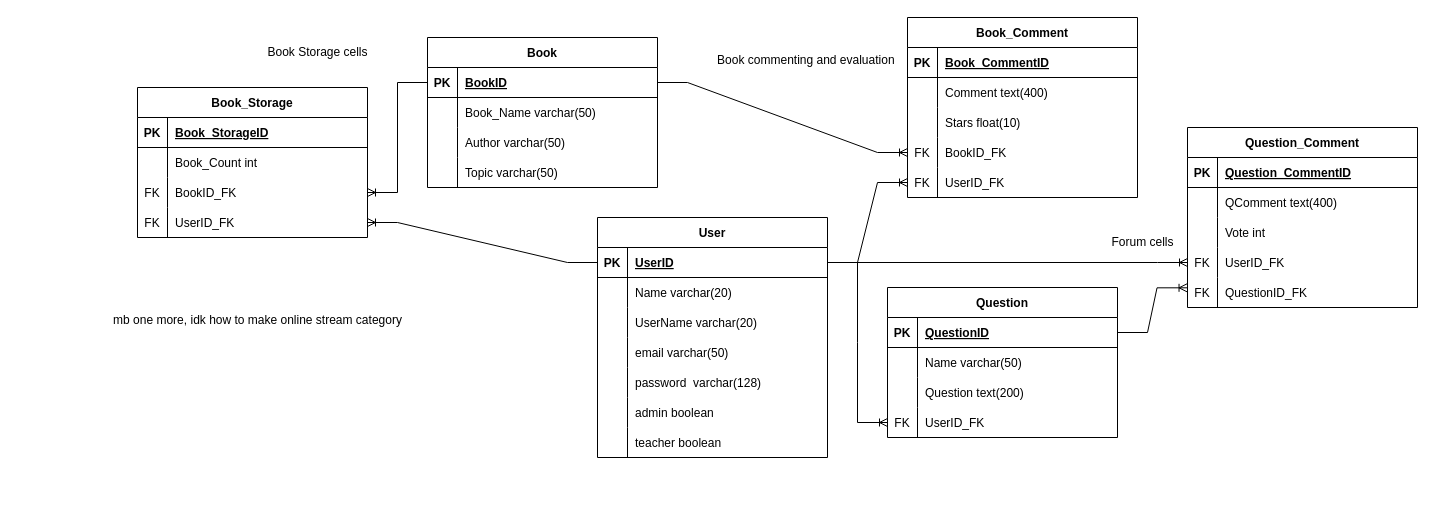
This is Diplom.drawio from MaksimsVisockis01/diploms, a draw.io file, before an edit. Source tidied: cells renumbered, new cells numbered last; positions are measured from the earlier drawing's top-left corner, leaving out a move shared by most shapes. Both pictures are drawn from the tidied source at 100%, with x=0, y=0 at pixel (17, 17).
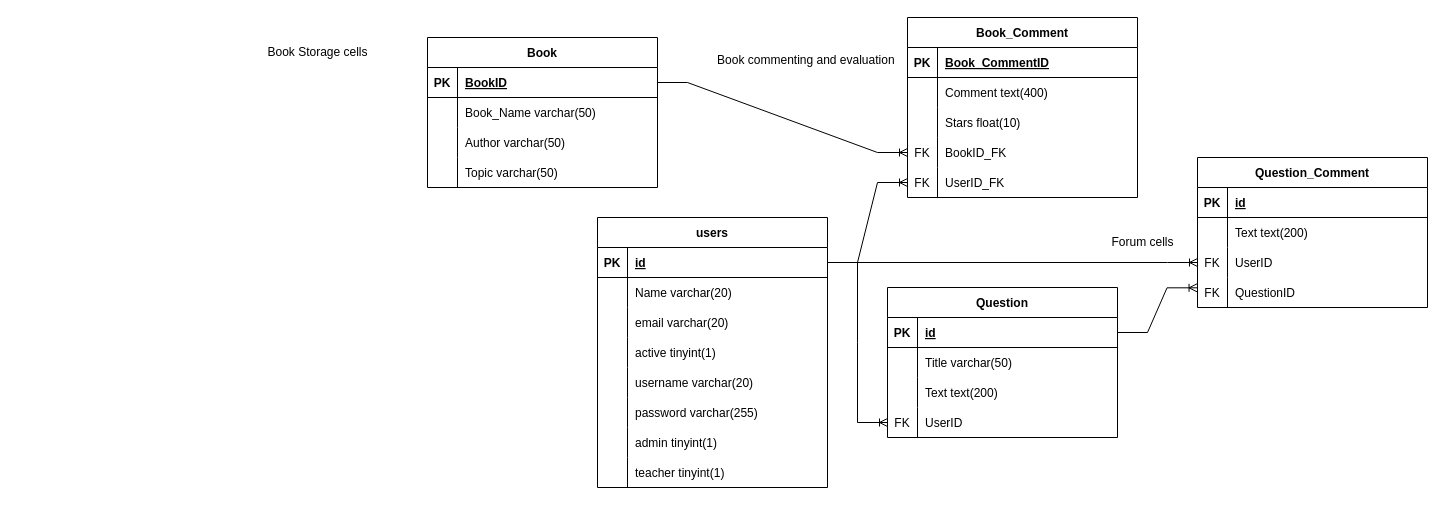
Above is the later version.

Unchanged cells that the change refers to:
```xml
<mxCell id="3" style="shape=tableRow;horizontal=0;startSize=0;swimlaneHead=0;swimlaneBody=0;fillColor=none;points=[[0,0.5],[1,0.5]];portConstraint=eastwest;top=0;left=0;right=0;bottom=1;" parent="2" vertex="1">
  <mxGeometry y="30" width="230" height="30" as="geometry" />
</mxCell>
<mxCell id="9" style="shape=tableRow;horizontal=0;startSize=0;swimlaneHead=0;swimlaneBody=0;fillColor=none;top=0;left=0;right=0;bottom=0;" parent="2" vertex="1">
  <mxGeometry y="90" width="230" height="30" as="geometry" />
</mxCell>
<mxCell id="12" style="shape=tableRow;horizontal=0;startSize=0;swimlaneHead=0;swimlaneBody=0;fillColor=none;top=0;left=0;right=0;bottom=0;" parent="2" vertex="1">
  <mxGeometry y="120" width="230" height="30" as="geometry" />
</mxCell>
<mxCell id="15" style="shape=tableRow;horizontal=0;startSize=0;swimlaneHead=0;swimlaneBody=0;fillColor=none;top=0;left=0;right=0;bottom=0;" parent="2" vertex="1">
  <mxGeometry y="150" width="230" height="30" as="geometry" />
</mxCell>
<mxCell id="18" style="shape=tableRow;horizontal=0;startSize=0;swimlaneHead=0;swimlaneBody=0;fillColor=none;top=0;left=0;right=0;bottom=0;" parent="2" vertex="1">
  <mxGeometry y="180" width="230" height="30" as="geometry" />
</mxCell>
<mxCell id="21" style="shape=tableRow;horizontal=0;startSize=0;swimlaneHead=0;swimlaneBody=0;fillColor=none;top=0;left=0;right=0;bottom=0;" parent="2" vertex="1">
  <mxGeometry y="210" width="230" height="30" as="geometry" />
</mxCell>
<mxCell id="41" style="shape=tableRow;horizontal=0;startSize=0;swimlaneHead=0;swimlaneBody=0;fillColor=none;points=[[0,0.5],[1,0.5]];portConstraint=eastwest;top=0;left=0;right=0;bottom=1;" parent="40" vertex="1">
  <mxGeometry y="30" width="230" height="30" as="geometry" />
</mxCell>
<mxCell id="44" style="shape=tableRow;horizontal=0;startSize=0;swimlaneHead=0;swimlaneBody=0;fillColor=none;top=0;left=0;right=0;bottom=0;" parent="40" vertex="1">
  <mxGeometry y="60" width="230" height="30" as="geometry" />
</mxCell>
<mxCell id="47" style="shape=tableRow;horizontal=0;startSize=0;swimlaneHead=0;swimlaneBody=0;fillColor=none;top=0;left=0;right=0;bottom=0;" parent="40" vertex="1">
  <mxGeometry y="90" width="230" height="30" as="geometry" />
</mxCell>
<mxCell id="50" style="shape=tableRow;horizontal=0;startSize=0;swimlaneHead=0;swimlaneBody=0;fillColor=none;points=[[0,0.5],[1,0.5]];portConstraint=eastwest;top=0;left=0;right=0;bottom=0;" parent="40" vertex="1">
  <mxGeometry y="120" width="230" height="30" as="geometry" />
</mxCell>
<mxCell id="76" style="shape=tableRow;horizontal=0;startSize=0;swimlaneHead=0;swimlaneBody=0;fillColor=none;points=[[0,0.5],[1,0.5]];portConstraint=eastwest;top=0;left=0;right=0;bottom=1;" parent="75" vertex="1">
  <mxGeometry y="30" width="230" height="30" as="geometry" />
</mxCell>
```

The edit, as a diff of the source:
```diff
@@
+    <mxCell id="24" value="Question_Comment" style="shape=table;startSize=30;childLayout=tableLayout;rowLines=0;fontStyle=1;align=center;" parent="1" vertex="1">
+      <mxGeometry x="1180" y="140" width="230" height="150" as="geometry" />
+    </mxCell>
+    <mxCell id="25" style="shape=tableRow;horizontal=0;startSize=0;swimlaneHead=0;swimlaneBody=0;fillColor=none;top=0;left=0;right=0;bottom=1;" parent="24" vertex="1">
+      <mxGeometry y="30" width="230" height="30" as="geometry" />
+    </mxCell>
+    <mxCell id="26" value="PK" style="shape=partialRectangle;fillColor=none;top=0;left=0;bottom=0;right=0;fontStyle=1;overflow=hidden;" parent="25" vertex="1">
+      <mxGeometry width="30" height="30" as="geometry" />
+    </mxCell>
+    <mxCell id="27" value="id" style="shape=partialRectangle;fillColor=none;top=0;left=0;bottom=0;right=0;align=left;spacingLeft=6;fontStyle=5;overflow=hidden;" parent="25" vertex="1">
+      <mxGeometry x="30" width="200" height="30" as="geometry" />
+    </mxCell>
+    <mxCell id="28" style="shape=tableRow;horizontal=0;startSize=0;swimlaneHead=0;swimlaneBody=0;fillColor=none;top=0;left=0;right=0;bottom=0;" parent="24" vertex="1">
+      <mxGeometry y="60" width="230" height="30" as="geometry" />
+    </mxCell>
+    <mxCell id="29" style="shape=partialRectangle;fillColor=none;top=0;left=0;bottom=0;right=0;overflow=hidden;" parent="28" vertex="1">
+      <mxGeometry width="30" height="30" as="geometry" />
+    </mxCell>
+    <mxCell id="30" value="Text text(200)" style="shape=partialRectangle;fillColor=none;top=0;left=0;bottom=0;right=0;align=left;spacingLeft=6;overflow=hidden;" parent="28" vertex="1">
+      <mxGeometry x="30" width="200" height="30" as="geometry" />
+    </mxCell>
+    <mxCell id="34" style="shape=tableRow;horizontal=0;startSize=0;swimlaneHead=0;swimlaneBody=0;fillColor=none;points=[[0,0.5],[1,0.5]];portConstraint=eastwest;top=0;left=0;right=0;bottom=0;" parent="24" vertex="1">
+      <mxGeometry y="90" width="230" height="30" as="geometry" />
+    </mxCell>
+    <mxCell id="35" value="FK" style="shape=partialRectangle;fillColor=none;top=0;left=0;bottom=0;right=0;fontStyle=0;overflow=hidden;" parent="34" vertex="1">
+      <mxGeometry width="30" height="30" as="geometry" />
+    </mxCell>
+    <mxCell id="36" value="UserID" style="shape=partialRectangle;fillColor=none;top=0;left=0;bottom=0;right=0;align=left;spacingLeft=6;fontStyle=0;overflow=hidden;" parent="34" vertex="1">
+      <mxGeometry x="30" width="200" height="30" as="geometry" />
+    </mxCell>
+    <mxCell id="37" style="shape=tableRow;horizontal=0;startSize=0;swimlaneHead=0;swimlaneBody=0;fillColor=none;points=[[0,0.5],[1,0.5]];portConstraint=eastwest;top=0;left=0;right=0;bottom=0;" parent="24" vertex="1">
+      <mxGeometry y="120" width="230" height="30" as="geometry" />
+    </mxCell>
+    <mxCell id="38" value="FK" style="shape=partialRectangle;fillColor=none;top=0;left=0;bottom=0;right=0;overflow=hidden;" parent="37" vertex="1">
+      <mxGeometry width="30" height="30" as="geometry" />
+    </mxCell>
+    <mxCell id="39" value="QuestionID" style="shape=partialRectangle;fillColor=none;top=0;left=0;bottom=0;right=0;align=left;spacingLeft=6;overflow=hidden;" parent="37" vertex="1">
+      <mxGeometry x="30" width="200" height="30" as="geometry" />
+    </mxCell>
-    <mxCell id="2" value="User" style="shape=table;startSize=30;childLayout=tableLayout;rowLines=0;fontStyle=1;align=center;" parent="1" vertex="1">
-      <mxGeometry x="580" y="200" width="230" height="240" as="geometry" />
+    <mxCell id="2" value="users" style="shape=table;startSize=30;childLayout=tableLayout;rowLines=0;fontStyle=1;align=center;" parent="1" vertex="1">
+      <mxGeometry x="580" y="200" width="230" height="270" as="geometry" />
     </mxCell>
@@
-    <mxCell id="5" value="UserID" style="shape=partialRectangle;fillColor=none;top=0;left=0;bottom=0;right=0;align=left;spacingLeft=6;fontStyle=5;overflow=hidden;" parent="3" vertex="1">
+    <mxCell id="5" value="id" style="shape=partialRectangle;fillColor=none;top=0;left=0;bottom=0;right=0;align=left;spacingLeft=6;fontStyle=5;overflow=hidden;" parent="3" vertex="1">
       <mxGeometry x="30" width="200" height="30" as="geometry" />
     </mxCell>
@@
-    <mxCell id="11" value="UserName varchar(20)" style="shape=partialRectangle;fillColor=none;top=0;left=0;bottom=0;right=0;align=left;spacingLeft=6;overflow=hidden;" parent="9" vertex="1">
+    <mxCell id="11" value="email varchar(20)" style="shape=partialRectangle;fillColor=none;top=0;left=0;bottom=0;right=0;align=left;spacingLeft=6;overflow=hidden;" parent="9" vertex="1">
       <mxGeometry x="30" width="200" height="30" as="geometry" />
     </mxCell>
@@
-    <mxCell id="14" value="email varchar(50)" style="shape=partialRectangle;fillColor=none;top=0;left=0;bottom=0;right=0;align=left;spacingLeft=6;fontStyle=0;overflow=hidden;" parent="12" vertex="1">
+    <mxCell id="14" value="active tinyint(1)" style="shape=partialRectangle;fillColor=none;top=0;left=0;bottom=0;right=0;align=left;spacingLeft=6;fontStyle=0;overflow=hidden;" parent="12" vertex="1">
       <mxGeometry x="30" width="200" height="30" as="geometry" />
     </mxCell>
@@
-    <mxCell id="17" value="password  varchar(128)" style="shape=partialRectangle;fillColor=none;top=0;left=0;bottom=0;right=0;align=left;spacingLeft=6;fontStyle=0;overflow=hidden;" parent="15" vertex="1">
+    <mxCell id="17" value="username varchar(20)" style="shape=partialRectangle;fillColor=none;top=0;left=0;bottom=0;right=0;align=left;spacingLeft=6;fontStyle=0;overflow=hidden;" parent="15" vertex="1">
       <mxGeometry x="30" width="200" height="30" as="geometry" />
     </mxCell>
@@
-    <mxCell id="20" value="admin boolean" style="shape=partialRectangle;fillColor=none;top=0;left=0;bottom=0;right=0;align=left;spacingLeft=6;fontStyle=0;overflow=hidden;" parent="18" vertex="1">
+    <mxCell id="20" value="password varchar(255)" style="shape=partialRectangle;fillColor=none;top=0;left=0;bottom=0;right=0;align=left;spacingLeft=6;fontStyle=0;overflow=hidden;" parent="18" vertex="1">
       <mxGeometry x="30" width="200" height="30" as="geometry" />
     </mxCell>
@@
-    <mxCell id="23" value="teacher boolean" style="shape=partialRectangle;fillColor=none;top=0;left=0;bottom=0;right=0;align=left;spacingLeft=6;fontStyle=0;overflow=hidden;" parent="21" vertex="1">
+    <mxCell id="23" value="admin tinyint(1)" style="shape=partialRectangle;fillColor=none;top=0;left=0;bottom=0;right=0;align=left;spacingLeft=6;fontStyle=0;overflow=hidden;" parent="21" vertex="1">
       <mxGeometry x="30" width="200" height="30" as="geometry" />
     </mxCell>
-    <mxCell id="24" value="Question_Comment" style="shape=table;startSize=30;childLayout=tableLayout;rowLines=0;fontStyle=1;align=center;" parent="1" vertex="1">
-      <mxGeometry x="1170" y="110" width="230" height="180" as="geometry" />
-    </mxCell>
-    <mxCell id="25" style="shape=tableRow;horizontal=0;startSize=0;swimlaneHead=0;swimlaneBody=0;fillColor=none;top=0;left=0;right=0;bottom=1;" parent="24" vertex="1">
-      <mxGeometry y="30" width="230" height="30" as="geometry" />
-    </mxCell>
-    <mxCell id="26" value="PK" style="shape=partialRectangle;fillColor=none;top=0;left=0;bottom=0;right=0;fontStyle=1;overflow=hidden;" parent="25" vertex="1">
-      <mxGeometry width="30" height="30" as="geometry" />
-    </mxCell>
-    <mxCell id="27" value="Question_CommentID" style="shape=partialRectangle;fillColor=none;top=0;left=0;bottom=0;right=0;align=left;spacingLeft=6;fontStyle=5;overflow=hidden;" parent="25" vertex="1">
-      <mxGeometry x="30" width="200" height="30" as="geometry" />
-    </mxCell>
-    <mxCell id="28" style="shape=tableRow;horizontal=0;startSize=0;swimlaneHead=0;swimlaneBody=0;fillColor=none;top=0;left=0;right=0;bottom=0;" parent="24" vertex="1">
-      <mxGeometry y="60" width="230" height="30" as="geometry" />
-    </mxCell>
-    <mxCell id="29" style="shape=partialRectangle;fillColor=none;top=0;left=0;bottom=0;right=0;overflow=hidden;" parent="28" vertex="1">
-      <mxGeometry width="30" height="30" as="geometry" />
-    </mxCell>
-    <mxCell id="30" value="QComment text(400)" style="shape=partialRectangle;fillColor=none;top=0;left=0;bottom=0;right=0;align=left;spacingLeft=6;overflow=hidden;" parent="28" vertex="1">
-      <mxGeometry x="30" width="200" height="30" as="geometry" />
-    </mxCell>
-    <mxCell id="31" style="shape=tableRow;horizontal=0;startSize=0;swimlaneHead=0;swimlaneBody=0;fillColor=none;top=0;left=0;right=0;bottom=0;" parent="24" vertex="1">
-      <mxGeometry y="90" width="230" height="30" as="geometry" />
-    </mxCell>
+    <mxCell id="111" style="shape=tableRow;horizontal=0;startSize=0;swimlaneHead=0;swimlaneBody=0;fillColor=none;top=0;left=0;right=0;bottom=0;" parent="2" vertex="1">
+      <mxGeometry y="240" width="230" height="30" as="geometry" />
+    </mxCell>
-    <mxCell id="32" style="shape=partialRectangle;fillColor=none;top=0;left=0;bottom=0;right=0;fontStyle=0;overflow=hidden;" parent="31" vertex="1">
+    <mxCell id="32" style="shape=partialRectangle;fillColor=none;top=0;left=0;bottom=0;right=0;fontStyle=0;overflow=hidden;" parent="111" vertex="1">
       <mxGeometry width="30" height="30" as="geometry" />
     </mxCell>
-    <mxCell id="33" value="Vote int" style="shape=partialRectangle;fillColor=none;top=0;left=0;bottom=0;right=0;align=left;spacingLeft=6;fontStyle=0;overflow=hidden;" parent="31" vertex="1">
-      <mxGeometry x="30" width="200" height="30" as="geometry" />
-    </mxCell>
-    <mxCell id="34" style="shape=tableRow;horizontal=0;startSize=0;swimlaneHead=0;swimlaneBody=0;fillColor=none;points=[[0,0.5],[1,0.5]];portConstraint=eastwest;top=0;left=0;right=0;bottom=0;" parent="24" vertex="1">
-      <mxGeometry y="120" width="230" height="30" as="geometry" />
-    </mxCell>
-    <mxCell id="35" value="FK" style="shape=partialRectangle;fillColor=none;top=0;left=0;bottom=0;right=0;fontStyle=0;overflow=hidden;" parent="34" vertex="1">
-      <mxGeometry width="30" height="30" as="geometry" />
-    </mxCell>
-    <mxCell id="36" value="UserID_FK" style="shape=partialRectangle;fillColor=none;top=0;left=0;bottom=0;right=0;align=left;spacingLeft=6;fontStyle=0;overflow=hidden;" parent="34" vertex="1">
-      <mxGeometry x="30" width="200" height="30" as="geometry" />
-    </mxCell>
-    <mxCell id="37" style="shape=tableRow;horizontal=0;startSize=0;swimlaneHead=0;swimlaneBody=0;fillColor=none;points=[[0,0.5],[1,0.5]];portConstraint=eastwest;top=0;left=0;right=0;bottom=0;" parent="24" vertex="1">
-      <mxGeometry y="150" width="230" height="30" as="geometry" />
-    </mxCell>
-    <mxCell id="38" value="FK" style="shape=partialRectangle;fillColor=none;top=0;left=0;bottom=0;right=0;overflow=hidden;" parent="37" vertex="1">
-      <mxGeometry width="30" height="30" as="geometry" />
-    </mxCell>
-    <mxCell id="39" value="QuestionID_FK" style="shape=partialRectangle;fillColor=none;top=0;left=0;bottom=0;right=0;align=left;spacingLeft=6;overflow=hidden;" parent="37" vertex="1">
-      <mxGeometry x="30" width="200" height="30" as="geometry" />
-    </mxCell>
+    <mxCell id="112" value="teacher tinyint(1)" style="shape=partialRectangle;fillColor=none;top=0;left=0;bottom=0;right=0;align=left;spacingLeft=6;fontStyle=0;overflow=hidden;" parent="111" vertex="1">
+      <mxGeometry x="30" width="200" height="30" as="geometry" />
+    </mxCell>
@@
-    <mxCell id="43" value="QuestionID" style="shape=partialRectangle;fillColor=none;top=0;left=0;bottom=0;right=0;align=left;spacingLeft=6;fontStyle=5;overflow=hidden;" parent="41" vertex="1">
+    <mxCell id="43" value="id" style="shape=partialRectangle;fillColor=none;top=0;left=0;bottom=0;right=0;align=left;spacingLeft=6;fontStyle=5;overflow=hidden;" parent="41" vertex="1">
       <mxGeometry x="30" width="200" height="30" as="geometry" />
     </mxCell>
@@
-    <mxCell id="46" value="Name varchar(50)" style="shape=partialRectangle;fillColor=none;top=0;left=0;bottom=0;right=0;align=left;spacingLeft=6;overflow=hidden;" parent="44" vertex="1">
+    <mxCell id="46" value="Title varchar(50)" style="shape=partialRectangle;fillColor=none;top=0;left=0;bottom=0;right=0;align=left;spacingLeft=6;overflow=hidden;" parent="44" vertex="1">
       <mxGeometry x="30" width="200" height="30" as="geometry" />
     </mxCell>
@@
-    <mxCell id="49" value="Question text(200)" style="shape=partialRectangle;fillColor=none;top=0;left=0;bottom=0;right=0;align=left;spacingLeft=6;overflow=hidden;" parent="47" vertex="1">
+    <mxCell id="49" value="Text text(200)" style="shape=partialRectangle;fillColor=none;top=0;left=0;bottom=0;right=0;align=left;spacingLeft=6;overflow=hidden;" parent="47" vertex="1">
       <mxGeometry x="30" width="200" height="30" as="geometry" />
     </mxCell>
@@
-    <mxCell id="52" value="UserID_FK" style="shape=partialRectangle;fillColor=none;top=0;left=0;bottom=0;right=0;align=left;spacingLeft=6;fontStyle=0;overflow=hidden;" parent="50" vertex="1">
+    <mxCell id="52" value="UserID" style="shape=partialRectangle;fillColor=none;top=0;left=0;bottom=0;right=0;align=left;spacingLeft=6;fontStyle=0;overflow=hidden;" parent="50" vertex="1">
       <mxGeometry x="30" width="200" height="30" as="geometry" />
     </mxCell>
@@
-    <mxCell id="58" value="Book_Storage" style="shape=table;startSize=30;childLayout=tableLayout;rowLines=0;fontStyle=1;align=center;" parent="1" vertex="1">
-      <mxGeometry x="120" y="70" width="230" height="150" as="geometry" />
-    </mxCell>
-    <mxCell id="59" style="shape=tableRow;horizontal=0;startSize=0;swimlaneHead=0;swimlaneBody=0;fillColor=none;top=0;left=0;right=0;bottom=1;" parent="58" vertex="1">
-      <mxGeometry y="30" width="230" height="30" as="geometry" />
-    </mxCell>
-    <mxCell id="60" value="PK" style="shape=partialRectangle;fillColor=none;top=0;left=0;bottom=0;right=0;fontStyle=1;overflow=hidden;" parent="59" vertex="1">
-      <mxGeometry width="30" height="30" as="geometry" />
-    </mxCell>
-    <mxCell id="61" value="Book_StorageID" style="shape=partialRectangle;fillColor=none;top=0;left=0;bottom=0;right=0;align=left;spacingLeft=6;fontStyle=5;overflow=hidden;" parent="59" vertex="1">
-      <mxGeometry x="30" width="200" height="30" as="geometry" />
-    </mxCell>
-    <mxCell id="62" style="shape=tableRow;horizontal=0;startSize=0;swimlaneHead=0;swimlaneBody=0;fillColor=none;top=0;left=0;right=0;bottom=0;" parent="58" vertex="1">
-      <mxGeometry y="60" width="230" height="30" as="geometry" />
-    </mxCell>
-    <mxCell id="63" style="shape=partialRectangle;fillColor=none;top=0;left=0;bottom=0;right=0;overflow=hidden;" parent="62" vertex="1">
-      <mxGeometry width="30" height="30" as="geometry" />
-    </mxCell>
-    <mxCell id="64" value="Book_Count int" style="shape=partialRectangle;fillColor=none;top=0;left=0;bottom=0;right=0;align=left;spacingLeft=6;overflow=hidden;" parent="62" vertex="1">
-      <mxGeometry x="30" width="200" height="30" as="geometry" />
-    </mxCell>
-    <mxCell id="65" style="shape=tableRow;horizontal=0;startSize=0;swimlaneHead=0;swimlaneBody=0;fillColor=none;points=[[0,0.5],[1,0.5]];portConstraint=eastwest;top=0;left=0;right=0;bottom=0;" parent="58" vertex="1">
-      <mxGeometry y="90" width="230" height="30" as="geometry" />
-    </mxCell>
-    <mxCell id="66" value="FK" style="shape=partialRectangle;fillColor=none;top=0;left=0;bottom=0;right=0;overflow=hidden;" parent="65" vertex="1">
-      <mxGeometry width="30" height="30" as="geometry" />
-    </mxCell>
-    <mxCell id="67" value="BookID_FK" style="shape=partialRectangle;fillColor=none;top=0;left=0;bottom=0;right=0;align=left;spacingLeft=6;overflow=hidden;" parent="65" vertex="1">
-      <mxGeometry x="30" width="200" height="30" as="geometry" />
-    </mxCell>
-    <mxCell id="68" style="shape=tableRow;horizontal=0;startSize=0;swimlaneHead=0;swimlaneBody=0;fillColor=none;points=[[0,0.5],[1,0.5]];portConstraint=eastwest;top=0;left=0;right=0;bottom=0;" parent="58" vertex="1">
-      <mxGeometry y="120" width="230" height="30" as="geometry" />
-    </mxCell>
-    <mxCell id="69" value="FK" style="shape=partialRectangle;fillColor=none;top=0;left=0;bottom=0;right=0;overflow=hidden;" parent="68" vertex="1">
-      <mxGeometry width="30" height="30" as="geometry" />
-    </mxCell>
-    <mxCell id="70" value="UserID_FK" style="shape=partialRectangle;fillColor=none;top=0;left=0;bottom=0;right=0;align=left;spacingLeft=6;overflow=hidden;" parent="68" vertex="1">
-      <mxGeometry x="30" width="200" height="30" as="geometry" />
-    </mxCell>
-    <mxCell id="71" style="edgeStyle=entityRelationEdgeStyle;fontSize=12;html=1;endArrow=ERoneToMany;rounded=0;entryX=1;entryY=0.5;entryDx=0;entryDy=0;exitX=0;exitY=0.5;exitDx=0;exitDy=0;" parent="1" edge="1" source="3" target="68">
-      <mxGeometry relative="1" as="geometry">
-        <Array as="points">
-          <mxPoint x="510" y="260" />
-        </Array>
-      </mxGeometry>
-    </mxCell>
-    <mxCell id="72" style="edgeStyle=entityRelationEdgeStyle;fontSize=12;html=1;endArrow=ERoneToMany;rounded=0;entryX=1;entryY=0.5;entryDx=0;entryDy=0;exitX=0;exitY=0.5;exitDx=0;exitDy=0;" parent="1" edge="1" source="76" target="65">
-      <mxGeometry relative="1" as="geometry">
-        <Array as="points">
-          <mxPoint x="490" y="360" />
-        </Array>
-      </mxGeometry>
-    </mxCell>
@@
-    <mxCell id="110" value="mb one more, idk how to make online&amp;nbsp;stream category" style="text;html=1;align=center;verticalAlign=middle;strokeColor=none;fillColor=none;" parent="1" vertex="1">
-      <mxGeometry x="85" y="288" width="310" height="30" as="geometry" />
-    </mxCell>
```
